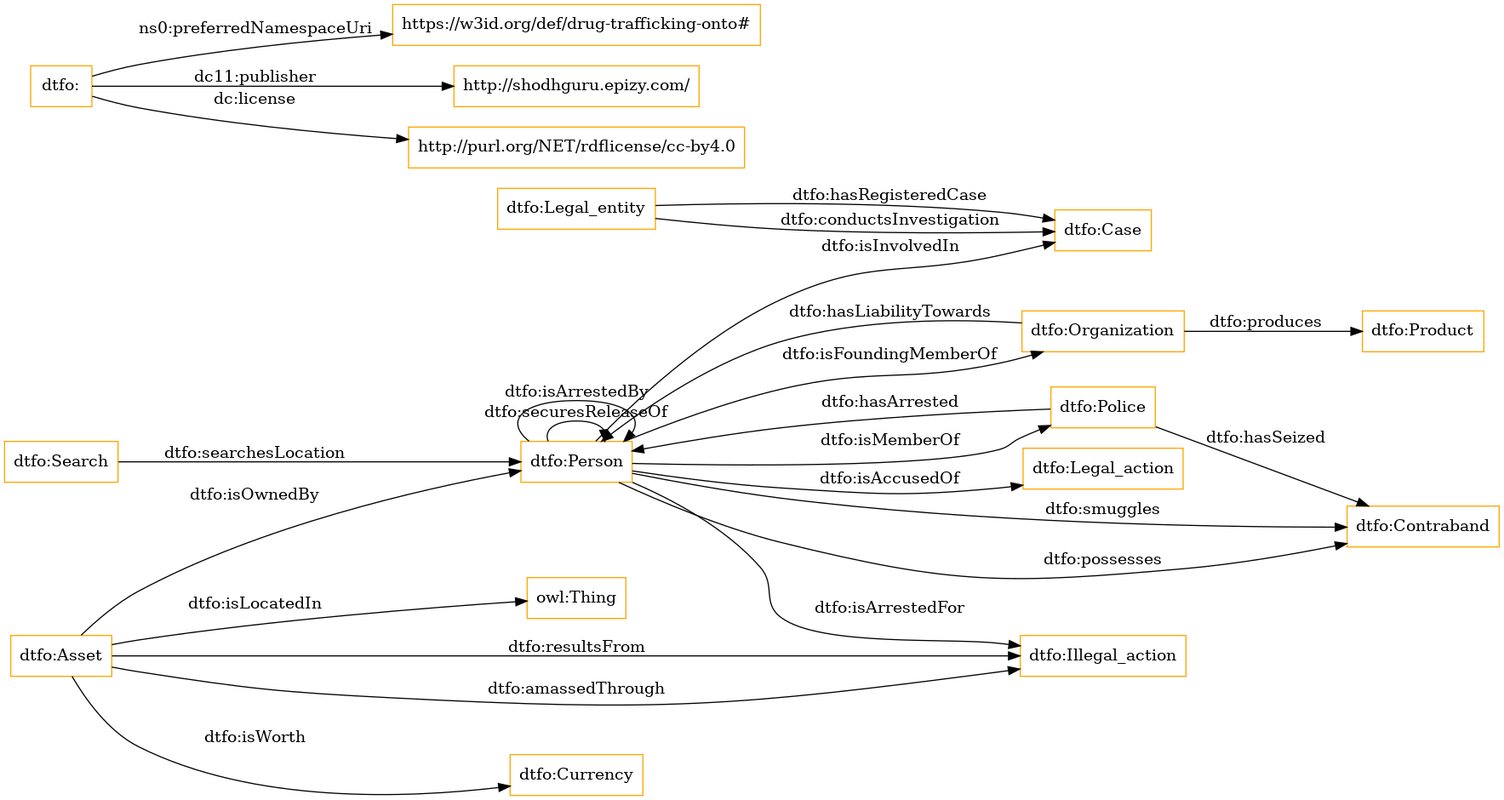
Above: OnToology/DTFO.ttl/diagrams/ar2dtool-class/DTFO.ttl.png in nandana/Drug-Trafficking-Ontology (Graphviz), before the change. Its source is kept beside it as OnToology/DTFO.ttl/diagrams/ar2dtool-class/DTFO.ttl.png.dot.
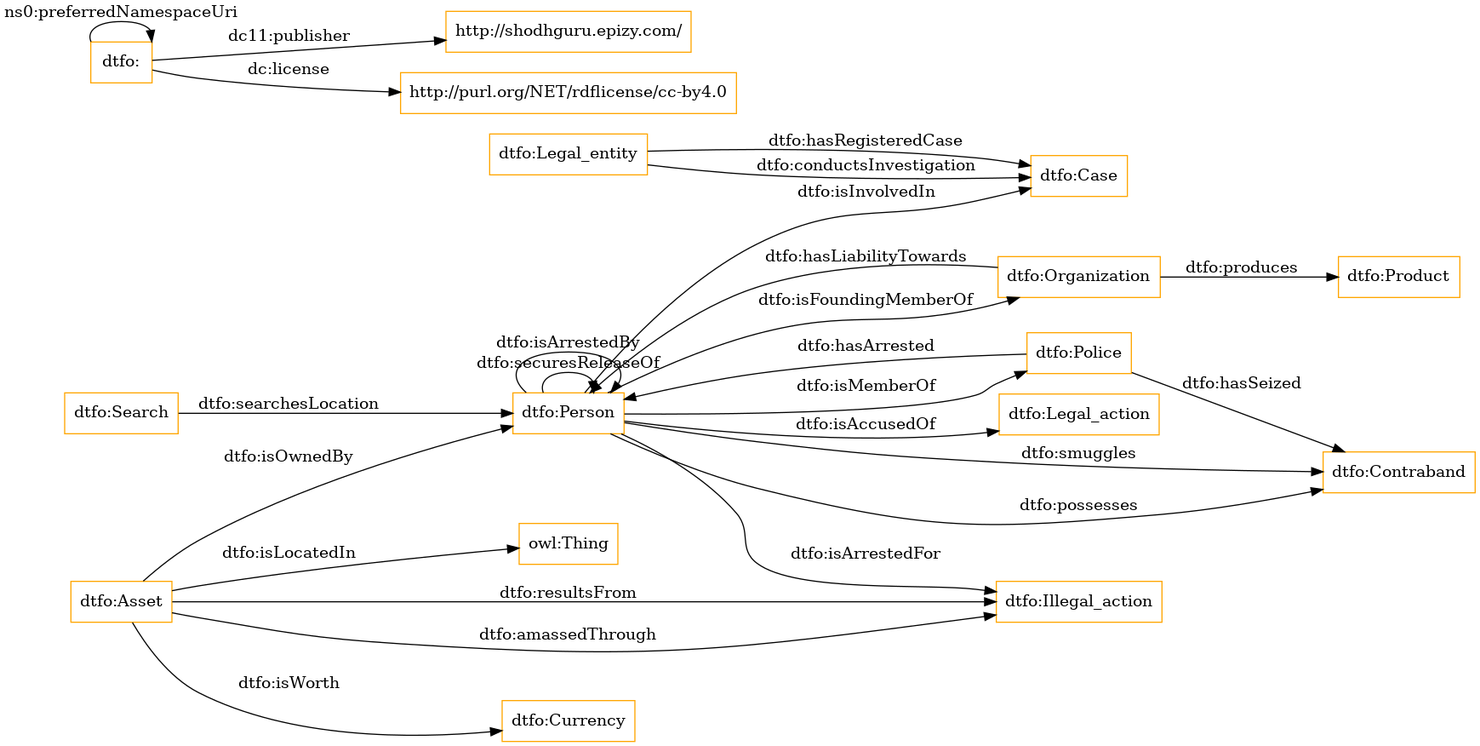
Later version of the same file.

The edit, as a diff of the source:
```diff
@@ -2,7 +2,7 @@
 rankdir=LR;
 size="1501"
 node [shape = rectangle, color="orange"]; "dtfo:Asset" "dtfo:Case" "dtfo:Organization" "dtfo:Person" "dtfo:Contraband" "dtfo:Currency" "dtfo:Legal_entity" "dtfo:Legal_action" "dtfo:Illegal_action" "dtfo:Product" "dtfo:Search" "dtfo:Police" ; /*classes style*/
-	"dtfo:" -> "https://w3id.org/def/drug-trafficking-onto#" [ label = "ns0:preferredNamespaceUri" ];
+	"dtfo:" -> "dtfo:" [ label = "ns0:preferredNamespaceUri" ];
 	"dtfo:" -> "http://shodhguru.epizy.com/" [ label = "dc11:publisher" ];
 	"dtfo:" -> "http://purl.org/NET/rdflicense/cc-by4.0" [ label = "dc:license" ];
 	"dtfo:Legal_entity" -> "dtfo:Case" [ label = "dtfo:conductsInvestigation" ];
```
